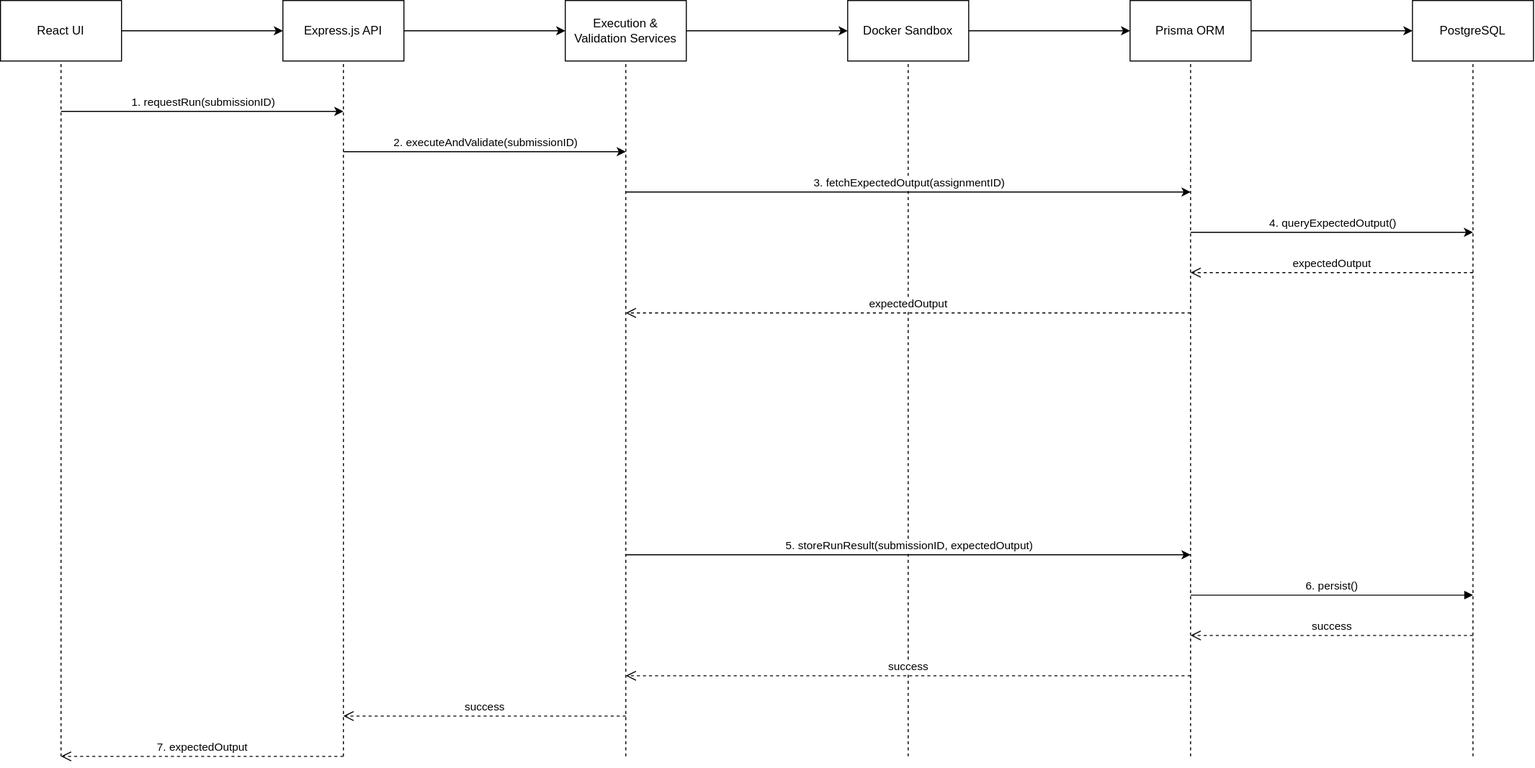
Before: designs/MVP-3/FR-5/FR-5-v01-SEQ-ExpectedOutputDisplay.svg, a diagram exported from draw.io (asingo01/2026-S-GROUP3-BatchGrade-MVP5). Source tidied: cells renumbered, new cells last; positions are measured from the earlier drawing's top-left corner, leaving out a move shared by most shapes.
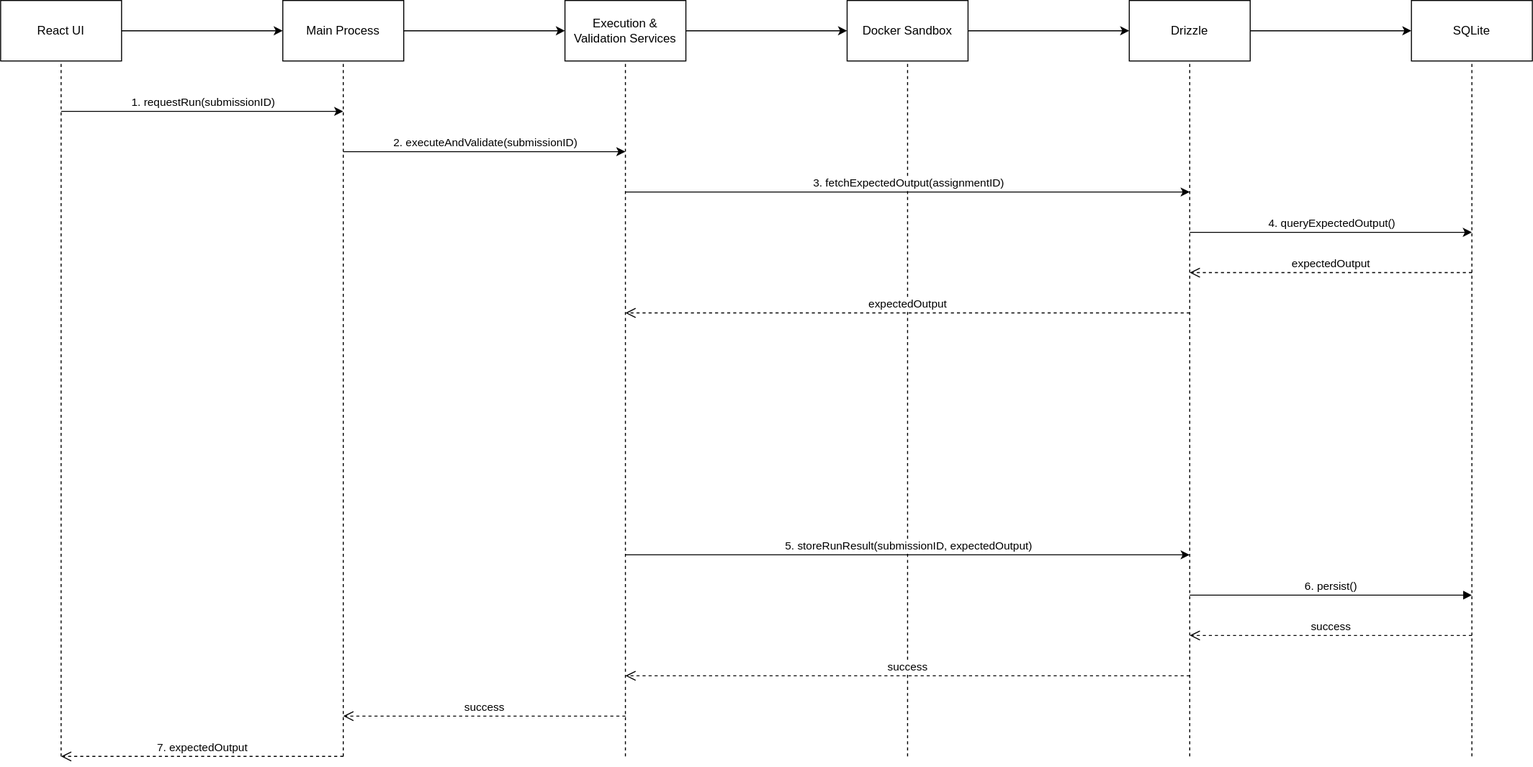
Later version of the same file.

Commit message:
Addresses reviewer comments: changed all references to Express.js, PostgreSQL, Prisma ORM to Main Process, SQLite, Drizzle respectively.

What changed in the source:
```diff
@@ -11,7 +11,7 @@
     <mxCell id="4" style="edgeStyle=orthogonalEdgeStyle;rounded=0;jettySize=auto;html=1;exitX=1;exitY=0.5;exitDx=0;exitDy=0;entryX=0;entryY=0.5;entryDx=0;entryDy=0;" parent="1" edge="1" source="5" target="7">
       <mxGeometry relative="1" as="geometry" />
     </mxCell>
-    <mxCell id="5" value="Express.js API" style="rounded=0;whiteSpace=wrap;html=1;" parent="1" vertex="1">
+    <mxCell id="5" value="Main Process" style="rounded=0;whiteSpace=wrap;html=1;" parent="1" vertex="1">
       <mxGeometry x="280" width="120" height="60" as="geometry" />
     </mxCell>
     <mxCell id="6" style="edgeStyle=orthogonalEdgeStyle;rounded=0;jettySize=auto;html=1;exitX=1;exitY=0.5;exitDx=0;exitDy=0;entryX=0;entryY=0.5;entryDx=0;entryDy=0;" parent="1" edge="1" source="7" target="9">
@@ -29,7 +29,7 @@
     <mxCell id="10" style="edgeStyle=orthogonalEdgeStyle;rounded=0;jettySize=auto;html=1;exitX=1;exitY=0.5;exitDx=0;exitDy=0;entryX=0;entryY=0.5;entryDx=0;entryDy=0;" parent="1" edge="1" source="11" target="21">
       <mxGeometry relative="1" as="geometry" />
     </mxCell>
-    <mxCell id="11" value="Prisma ORM" style="rounded=0;whiteSpace=wrap;html=1;" parent="1" vertex="1">
+    <mxCell id="11" value="Drizzle" style="rounded=0;whiteSpace=wrap;html=1;" parent="1" vertex="1">
       <mxGeometry x="1120" width="120" height="60" as="geometry" />
     </mxCell>
     <mxCell id="12" style="endArrow=none;dashed=1;html=1;rounded=0;entryX=0.5;entryY=1;entryDx=0;entryDy=0;" parent="1" edge="1" target="3">
@@ -79,7 +79,7 @@
         <mxPoint y="-10" as="offset" />
       </mxGeometry>
     </mxCell>
-    <mxCell id="21" value="PostgreSQL" style="rounded=0;whiteSpace=wrap;html=1;" parent="1" vertex="1">
+    <mxCell id="21" value="SQLite" style="rounded=0;whiteSpace=wrap;html=1;" parent="1" vertex="1">
       <mxGeometry x="1400" width="120" height="60" as="geometry" />
     </mxCell>
     <mxCell id="22" style="endArrow=none;dashed=1;html=1;rounded=0;entryX=0.5;entryY=1;entryDx=0;entryDy=0;" parent="1" edge="1" target="21">
```
